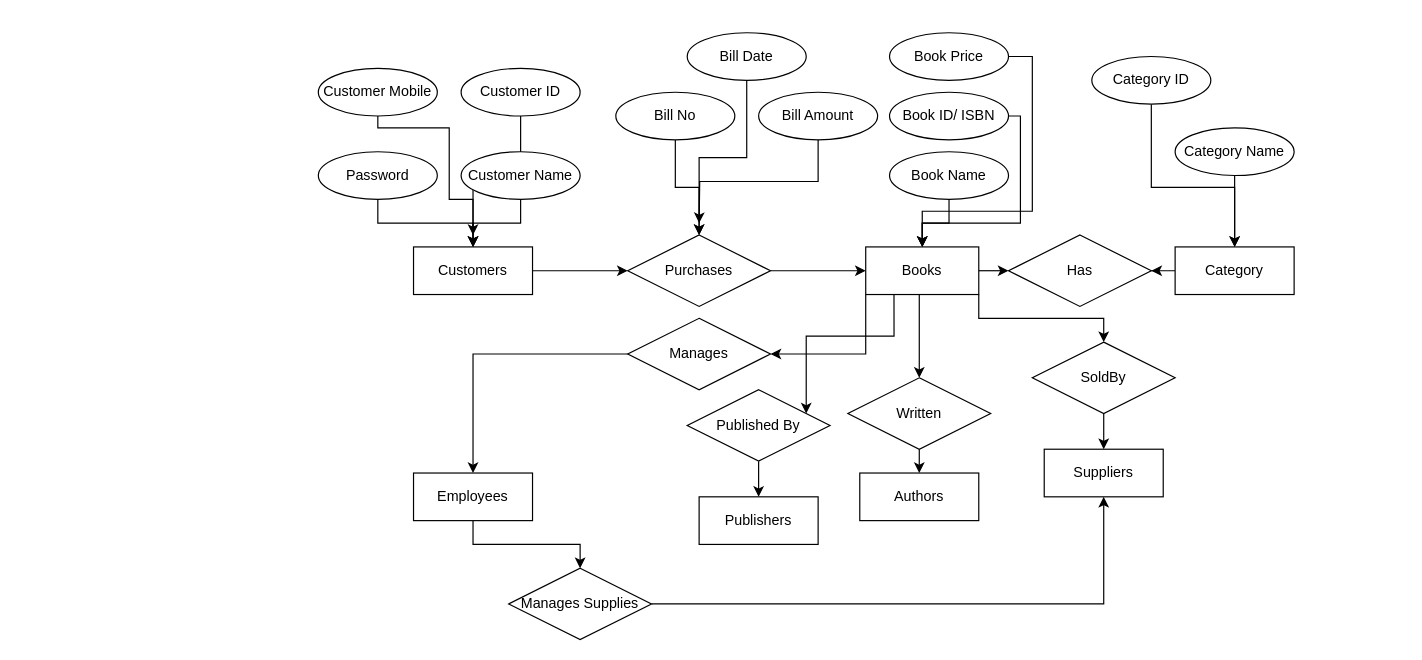
Earlier version of the draw.io diagram Online Book Store.drawio (Master-Bhavesh/ERDiagram). Source tidied: cells renumbered, new cells numbered last; positions are measured from the earlier drawing's top-left corner, leaving out a move shared by most shapes. Both pictures are drawn from the tidied source at 119%, with x=0, y=0 at pixel (318, 32).
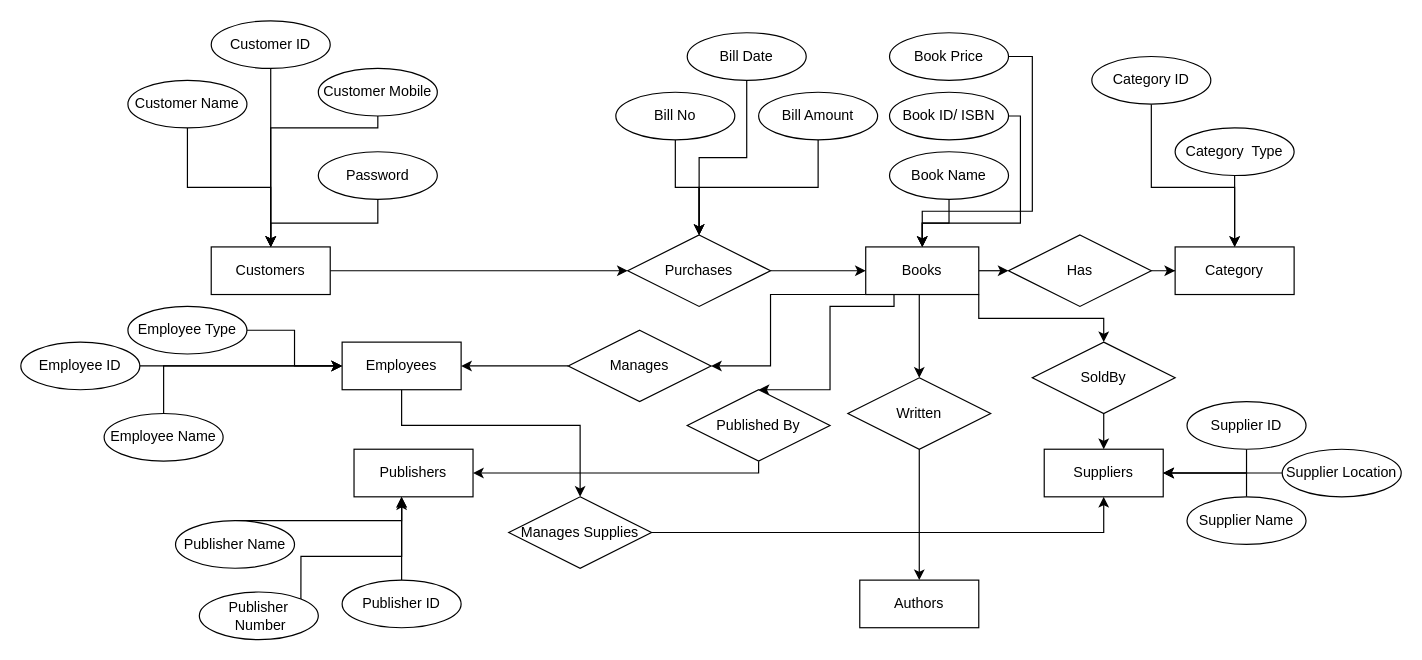
After the change.

Unchanged cells that the change refers to:
```xml
<mxCell id="11" value="Books" style="whiteSpace=wrap;html=1;align=center;" parent="1" vertex="1">
  <mxGeometry x="460" y="180" width="95" height="40" as="geometry" />
</mxCell>
<mxCell id="13" value="Category" style="whiteSpace=wrap;html=1;align=center;" parent="1" vertex="1">
  <mxGeometry x="720" y="180" width="100" height="40" as="geometry" />
</mxCell>
<mxCell id="18" value="Purchases" style="shape=rhombus;perimeter=rhombusPerimeter;whiteSpace=wrap;html=1;align=center;" parent="1" vertex="1">
  <mxGeometry x="260" y="170" width="120" height="60" as="geometry" />
</mxCell>
<mxCell id="20" value="Bill Amount" style="ellipse;whiteSpace=wrap;html=1;align=center;" parent="1" vertex="1">
  <mxGeometry x="370" y="50" width="100" height="40" as="geometry" />
</mxCell>
<mxCell id="26" value="Customer Mobile" style="ellipse;whiteSpace=wrap;html=1;align=center;" parent="1" vertex="1">
  <mxGeometry y="30" width="100" height="40" as="geometry" />
</mxCell>
<mxCell id="35" value="Suppliers" style="whiteSpace=wrap;html=1;align=center;" parent="1" vertex="1">
  <mxGeometry x="610" y="350" width="100" height="40" as="geometry" />
</mxCell>
<mxCell id="36" value="Has" style="shape=rhombus;perimeter=rhombusPerimeter;whiteSpace=wrap;html=1;align=center;rotation=0;" parent="1" vertex="1">
  <mxGeometry x="580" y="170" width="120" height="60" as="geometry" />
</mxCell>
<mxCell id="47" value="Published By" style="shape=rhombus;perimeter=rhombusPerimeter;whiteSpace=wrap;html=1;align=center;" parent="1" vertex="1">
  <mxGeometry x="310" y="300" width="120" height="60" as="geometry" />
</mxCell>
```

The edit, as a diff of the source:
```diff
@@
     <mxCell id="3" value="Customers" style="whiteSpace=wrap;html=1;align=center;" parent="1" vertex="1">
-      <mxGeometry x="80" y="180" width="100" height="40" as="geometry" />
+      <mxGeometry x="-90" y="180" width="100" height="40" as="geometry" />
     </mxCell>
     <mxCell id="4" style="edgeStyle=orthogonalEdgeStyle;rounded=0;jettySize=auto;html=1;" parent="1" edge="1" source="5" target="45">
-      <mxGeometry relative="1" as="geometry" />
+      <mxGeometry relative="1" as="geometry">
+        <Array as="points">
+          <mxPoint x="70" y="330" />
+          <mxPoint x="220" y="330" />
+        </Array>
+      </mxGeometry>
     </mxCell>
     <mxCell id="5" value="Employees" style="whiteSpace=wrap;html=1;align=center;" parent="1" vertex="1">
-      <mxGeometry x="80" y="370" width="100" height="40" as="geometry" />
+      <mxGeometry x="20" y="260" width="100" height="40" as="geometry" />
     </mxCell>
@@
     <mxCell id="7" style="edgeStyle=orthogonalEdgeStyle;rounded=0;jettySize=auto;html=1;exitX=0;exitY=1;exitDx=0;exitDy=0;entryX=1;entryY=0.5;entryDx=0;entryDy=0;" parent="1" edge="1" source="11" target="32">
-      <mxGeometry relative="1" as="geometry" />
+      <mxGeometry relative="1" as="geometry">
+        <Array as="points">
+          <mxPoint x="380" y="220" />
+          <mxPoint x="380" y="280" />
+        </Array>
+      </mxGeometry>
     </mxCell>
@@
-    <mxCell id="10" style="edgeStyle=orthogonalEdgeStyle;rounded=0;jettySize=auto;html=1;exitX=0.25;exitY=1;exitDx=0;exitDy=0;" parent="1" edge="1" source="11" target="47">
+    <mxCell id="10" style="edgeStyle=orthogonalEdgeStyle;rounded=0;jettySize=auto;html=1;exitX=0.25;exitY=1;exitDx=0;exitDy=0;entryX=0.5;entryY=0;entryDx=0;entryDy=0;" parent="1" edge="1" source="11" target="47">
       <mxGeometry relative="1" as="geometry">
         <Array as="points">
-          <mxPoint x="484" y="255" />
-          <mxPoint x="410" y="255" />
+          <mxPoint x="484" y="230" />
+          <mxPoint x="430" y="230" />
+          <mxPoint x="430" y="300" />
         </Array>
       </mxGeometry>
     </mxCell>
@@
-    <mxCell id="12" style="edgeStyle=orthogonalEdgeStyle;rounded=0;jettySize=auto;html=1;" parent="1" edge="1" source="13" target="36">
-      <mxGeometry relative="1" as="geometry" />
-    </mxCell>
@@
     <mxCell id="14" value="Authors" style="whiteSpace=wrap;html=1;align=center;" parent="1" vertex="1">
-      <mxGeometry x="455" y="370" width="100" height="40" as="geometry" />
+      <mxGeometry x="455" y="460" width="100" height="40" as="geometry" />
     </mxCell>
@@
-    <mxCell id="19" style="edgeStyle=orthogonalEdgeStyle;rounded=0;jettySize=auto;html=1;exitX=0.5;exitY=1;exitDx=0;exitDy=0;" parent="1" edge="1" source="20">
-      <mxGeometry relative="1" as="geometry">
-        <mxPoint x="320" y="160" as="targetPoint" />
-      </mxGeometry>
+    <mxCell id="19" style="edgeStyle=orthogonalEdgeStyle;rounded=0;jettySize=auto;html=1;exitX=0.5;exitY=1;exitDx=0;exitDy=0;entryX=0.5;entryY=0;entryDx=0;entryDy=0;" parent="1" edge="1" source="20" target="18">
+      <mxGeometry relative="1" as="geometry" />
     </mxCell>
@@
-    <mxCell id="25" style="edgeStyle=orthogonalEdgeStyle;rounded=0;jettySize=auto;html=1;exitX=0.5;exitY=1;exitDx=0;exitDy=0;" parent="1" edge="1" source="26">
+    <mxCell id="25" style="edgeStyle=orthogonalEdgeStyle;rounded=0;jettySize=auto;html=1;exitX=0.5;exitY=1;exitDx=0;exitDy=0;entryX=0.5;entryY=0;entryDx=0;entryDy=0;" parent="1" edge="1" source="26" target="3">
       <mxGeometry relative="1" as="geometry">
-        <mxPoint x="130" y="170" as="targetPoint" />
         <Array as="points">
           <mxPoint x="50" y="80" />
-          <mxPoint x="110" y="80" />
-          <mxPoint x="110" y="140" />
-          <mxPoint x="130" y="140" />
+          <mxPoint x="-40" y="80" />
         </Array>
       </mxGeometry>
     </mxCell>
@@
     <mxCell id="28" value="Customer ID" style="ellipse;whiteSpace=wrap;html=1;align=center;" parent="1" vertex="1">
-      <mxGeometry x="120" y="30" width="100" height="40" as="geometry" />
+      <mxGeometry x="-90" y="-10" width="100" height="40" as="geometry" />
     </mxCell>
@@
     <mxCell id="30" value="Customer Name" style="ellipse;whiteSpace=wrap;html=1;align=center;" parent="1" vertex="1">
-      <mxGeometry x="120" y="100" width="100" height="40" as="geometry" />
+      <mxGeometry x="-160" y="40" width="100" height="40" as="geometry" />
     </mxCell>
-    <mxCell id="31" style="edgeStyle=orthogonalEdgeStyle;rounded=0;jettySize=auto;html=1;entryX=0.5;entryY=0;entryDx=0;entryDy=0;" parent="1" edge="1" source="32" target="5">
-      <mxGeometry relative="1" as="geometry" />
+    <mxCell id="31" style="edgeStyle=orthogonalEdgeStyle;rounded=0;jettySize=auto;html=1;entryX=1;entryY=0.5;entryDx=0;entryDy=0;" parent="1" edge="1" source="32" target="5">
+      <mxGeometry relative="1" as="geometry">
+        <Array as="points">
+          <mxPoint x="190" y="280" />
+          <mxPoint x="190" y="280" />
+        </Array>
+      </mxGeometry>
     </mxCell>
     <mxCell id="32" value="Manages" style="shape=rhombus;perimeter=rhombusPerimeter;whiteSpace=wrap;html=1;align=center;" parent="1" vertex="1">
-      <mxGeometry x="260" y="240" width="120" height="60" as="geometry" />
+      <mxGeometry x="210" y="250" width="120" height="60" as="geometry" />
     </mxCell>
@@
+    <mxCell id="54" style="edgeStyle=orthogonalEdgeStyle;rounded=0;jettySize=auto;html=1;" parent="1" edge="1" source="36" target="13">
+      <mxGeometry relative="1" as="geometry" />
+    </mxCell>
@@
-    <mxCell id="40" value="Category Name" style="ellipse;whiteSpace=wrap;html=1;align=center;" parent="1" vertex="1">
+    <mxCell id="40" value="Category &amp;nbsp;Type" style="ellipse;whiteSpace=wrap;html=1;align=center;" parent="1" vertex="1">
       <mxGeometry x="720" y="80" width="100" height="40" as="geometry" />
     </mxCell>
@@
     <mxCell id="43" value="Publishers" style="whiteSpace=wrap;html=1;align=center;" parent="1" vertex="1">
-      <mxGeometry x="320" y="390" width="100" height="40" as="geometry" />
+      <mxGeometry x="30" y="350" width="100" height="40" as="geometry" />
     </mxCell>
@@
     <mxCell id="45" value="Manages Supplies" style="shape=rhombus;perimeter=rhombusPerimeter;whiteSpace=wrap;html=1;align=center;" parent="1" vertex="1">
-      <mxGeometry x="160" y="450" width="120" height="60" as="geometry" />
+      <mxGeometry x="160" y="390" width="120" height="60" as="geometry" />
     </mxCell>
-    <mxCell id="46" style="edgeStyle=orthogonalEdgeStyle;rounded=0;jettySize=auto;html=1;" parent="1" edge="1" source="47" target="43">
-      <mxGeometry relative="1" as="geometry" />
+    <mxCell id="46" style="edgeStyle=orthogonalEdgeStyle;rounded=0;jettySize=auto;html=1;exitX=0.5;exitY=1;exitDx=0;exitDy=0;entryX=1;entryY=0.5;entryDx=0;entryDy=0;" parent="1" edge="1" source="47" target="43">
+      <mxGeometry relative="1" as="geometry">
+        <Array as="points">
+          <mxPoint x="370" y="370" />
+        </Array>
+      </mxGeometry>
     </mxCell>
@@
+    <mxCell id="55" style="edgeStyle=orthogonalEdgeStyle;rounded=0;jettySize=auto;html=1;exitX=0.5;exitY=1;exitDx=0;exitDy=0;entryX=1;entryY=0.5;entryDx=0;entryDy=0;" parent="1" edge="1" source="56" target="35">
+      <mxGeometry relative="1" as="geometry">
+        <Array as="points">
+          <mxPoint x="780" y="370" />
+        </Array>
+      </mxGeometry>
+    </mxCell>
+    <mxCell id="56" value="Supplier ID" style="ellipse;whiteSpace=wrap;html=1;align=center;" parent="1" vertex="1">
+      <mxGeometry x="730" y="310" width="100" height="40" as="geometry" />
+    </mxCell>
+    <mxCell id="57" style="edgeStyle=orthogonalEdgeStyle;rounded=0;jettySize=auto;html=1;exitX=0.5;exitY=0;exitDx=0;exitDy=0;entryX=1;entryY=0.5;entryDx=0;entryDy=0;" parent="1" edge="1" source="58" target="35">
+      <mxGeometry relative="1" as="geometry" />
+    </mxCell>
+    <mxCell id="58" value="Supplier Name" style="ellipse;whiteSpace=wrap;html=1;align=center;" parent="1" vertex="1">
+      <mxGeometry x="730" y="390" width="100" height="40" as="geometry" />
+    </mxCell>
+    <mxCell id="59" style="edgeStyle=orthogonalEdgeStyle;rounded=0;jettySize=auto;html=1;exitX=0;exitY=0.5;exitDx=0;exitDy=0;" parent="1" edge="1" source="60">
+      <mxGeometry relative="1" as="geometry">
+        <mxPoint x="710" y="370" as="targetPoint" />
+      </mxGeometry>
+    </mxCell>
+    <mxCell id="60" value="Supplier Location" style="ellipse;whiteSpace=wrap;html=1;align=center;" parent="1" vertex="1">
+      <mxGeometry x="810" y="350" width="100" height="40" as="geometry" />
+    </mxCell>
+    <mxCell id="61" style="edgeStyle=orthogonalEdgeStyle;rounded=0;jettySize=auto;html=1;" parent="1" edge="1" source="62">
+      <mxGeometry relative="1" as="geometry">
+        <mxPoint x="20" y="280" as="targetPoint" />
+        <Array as="points">
+          <mxPoint x="-70" y="280" />
+          <mxPoint x="-70" y="280" />
+        </Array>
+      </mxGeometry>
+    </mxCell>
+    <mxCell id="62" value="Employee ID" style="ellipse;whiteSpace=wrap;html=1;align=center;" parent="1" vertex="1">
+      <mxGeometry x="-250" y="260" width="100" height="40" as="geometry" />
+    </mxCell>
+    <mxCell id="63" style="edgeStyle=orthogonalEdgeStyle;rounded=0;jettySize=auto;html=1;entryX=0;entryY=0.5;entryDx=0;entryDy=0;" parent="1" edge="1" source="64" target="5">
+      <mxGeometry relative="1" as="geometry" />
+    </mxCell>
+    <mxCell id="64" value="Employee Type" style="ellipse;whiteSpace=wrap;html=1;align=center;" parent="1" vertex="1">
+      <mxGeometry x="-160" y="230" width="100" height="40" as="geometry" />
+    </mxCell>
+    <mxCell id="65" style="edgeStyle=orthogonalEdgeStyle;rounded=0;jettySize=auto;html=1;" parent="1" edge="1" source="66">
+      <mxGeometry relative="1" as="geometry">
+        <mxPoint x="20" y="280" as="targetPoint" />
+        <Array as="points">
+          <mxPoint x="-130" y="280" />
+        </Array>
+      </mxGeometry>
+    </mxCell>
+    <mxCell id="66" value="Employee Name" style="ellipse;whiteSpace=wrap;html=1;align=center;" parent="1" vertex="1">
+      <mxGeometry x="-180" y="320" width="100" height="40" as="geometry" />
+    </mxCell>
+    <mxCell id="67" style="edgeStyle=orthogonalEdgeStyle;rounded=0;jettySize=auto;html=1;" parent="1" edge="1" source="68" target="43">
+      <mxGeometry relative="1" as="geometry">
+        <Array as="points">
+          <mxPoint x="70" y="410" />
+        </Array>
+      </mxGeometry>
+    </mxCell>
+    <mxCell id="68" value="Publisher Name" style="ellipse;whiteSpace=wrap;html=1;align=center;" parent="1" vertex="1">
+      <mxGeometry x="-120" y="410" width="100" height="40" as="geometry" />
+    </mxCell>
+    <mxCell id="69" style="edgeStyle=orthogonalEdgeStyle;rounded=0;jettySize=auto;html=1;exitX=0.5;exitY=0;exitDx=0;exitDy=0;entryX=0.4;entryY=1.05;entryDx=0;entryDy=0;entryPerimeter=0;" parent="1" edge="1" source="70" target="43">
+      <mxGeometry relative="1" as="geometry" />
+    </mxCell>
+    <mxCell id="70" value="Publisher ID" style="ellipse;whiteSpace=wrap;html=1;align=center;" parent="1" vertex="1">
+      <mxGeometry x="20" y="460" width="100" height="40" as="geometry" />
+    </mxCell>
+    <mxCell id="71" style="edgeStyle=orthogonalEdgeStyle;rounded=0;jettySize=auto;html=1;exitX=1;exitY=0;exitDx=0;exitDy=0;" parent="1" edge="1" source="72" target="43">
+      <mxGeometry relative="1" as="geometry">
+        <Array as="points">
+          <mxPoint x="-15" y="440" />
+          <mxPoint x="70" y="440" />
+        </Array>
+      </mxGeometry>
+    </mxCell>
+    <mxCell id="72" value="Publisher &amp;nbsp;Number" style="ellipse;whiteSpace=wrap;html=1;align=center;" parent="1" vertex="1">
+      <mxGeometry x="-100" y="470" width="100" height="40" as="geometry" />
+    </mxCell>
```
